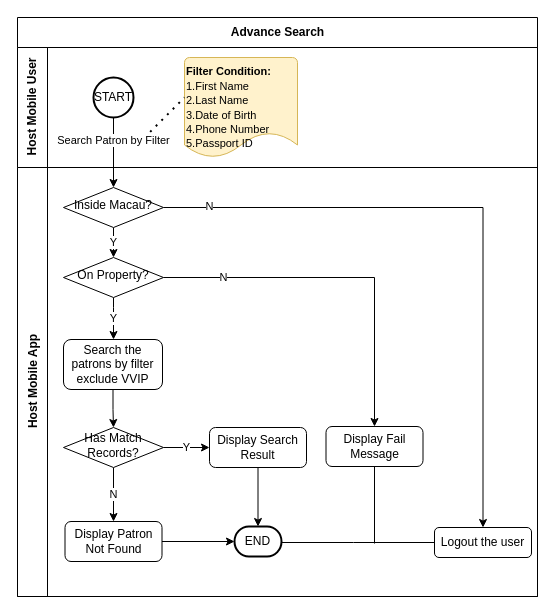
Earlier version of the draw.io diagram Advance Search.drawio (xiaobao0706/drawio). Source tidied: cells renumbered, new cells numbered last; positions are measured from the earlier drawing's top-left corner, leaving out a move shared by most shapes. Both pictures are drawn from the tidied source at 100%, with x=0, y=0 at pixel (17, 17).
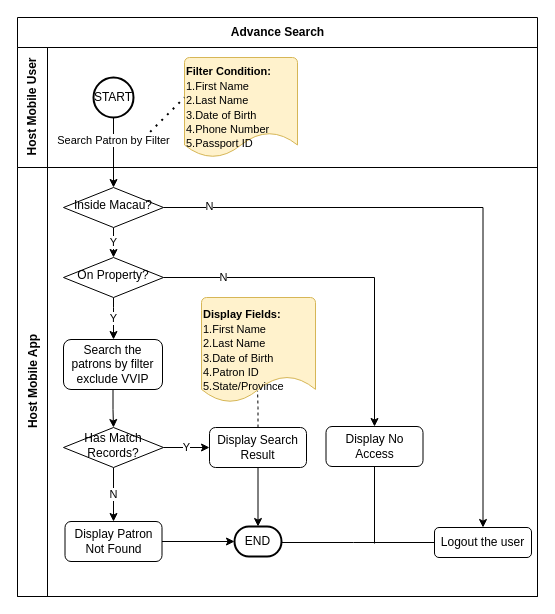
Above is the later version.

The change refers to these unchanged cells:
```xml
<mxCell id="8" value="Host Mobile App" style="swimlane;startSize=30;horizontal=0;html=1;" parent="2" vertex="1">
  <mxGeometry y="150" width="520" height="429" as="geometry" />
</mxCell>
<mxCell id="22" value="Display Search Result" style="rounded=1;whiteSpace=wrap;html=1;fontSize=12;glass=0;strokeWidth=1;shadow=0;" parent="8" vertex="1">
  <mxGeometry x="192" y="260" width="97" height="40" as="geometry" />
</mxCell>
```

Diff of the diagram source:
```diff
@@
-    <mxCell id="20" value="Display Fail Message" style="rounded=1;whiteSpace=wrap;html=1;fontSize=12;glass=0;strokeWidth=1;shadow=0;" parent="8" vertex="1">
+    <mxCell id="20" value="Display No Access" style="rounded=1;whiteSpace=wrap;html=1;fontSize=12;glass=0;strokeWidth=1;shadow=0;" parent="8" vertex="1">
       <mxGeometry x="308.5" y="259" width="97" height="40" as="geometry" />
     </mxCell>
@@
+    <mxCell id="31" style="edgeStyle=orthogonalEdgeStyle;rounded=0;jettySize=auto;html=1;entryX=0.492;entryY=0.888;entryDx=0;entryDy=0;entryPerimeter=0;endArrow=none;endFill=0;dashed=1;" parent="8" edge="1" source="22" target="32">
+      <mxGeometry relative="1" as="geometry" />
+    </mxCell>
@@
+    <mxCell id="32" value="&lt;font style=&quot;font-size: 11px;&quot;&gt;&lt;font style=&quot;font-size: 11px;&quot;&gt;&lt;b style=&quot;font-size: 11px;&quot;&gt;Display Fields:&lt;/b&gt;&lt;/font&gt;&lt;br style=&quot;font-size: 11px;&quot;&gt;&lt;span style=&quot;font-size: 11px;&quot;&gt;1.First Name&lt;/span&gt;&lt;br style=&quot;font-size: 11px;&quot;&gt;&lt;span style=&quot;font-size: 11px;&quot;&gt;2.Last Name&lt;/span&gt;&lt;br style=&quot;font-size: 11px;&quot;&gt;&lt;span style=&quot;font-size: 11px;&quot;&gt;3.Date of Birth&lt;/span&gt;&lt;br style=&quot;font-size: 11px;&quot;&gt;&lt;span style=&quot;font-size: 11px;&quot;&gt;4.Patron ID&lt;/span&gt;&lt;br style=&quot;font-size: 11px;&quot;&gt;&lt;span style=&quot;font-size: 11px;&quot;&gt;5.State/Province&lt;/span&gt;&lt;/font&gt;" style="strokeWidth=1;html=1;shape=mxgraph.flowchart.document2;whiteSpace=wrap;size=0.25;fillColor=#fff2cc;strokeColor=#d6b656;align=left;" parent="8" vertex="1">
+      <mxGeometry x="184" y="130" width="114" height="105" as="geometry" />
+    </mxCell>
```
